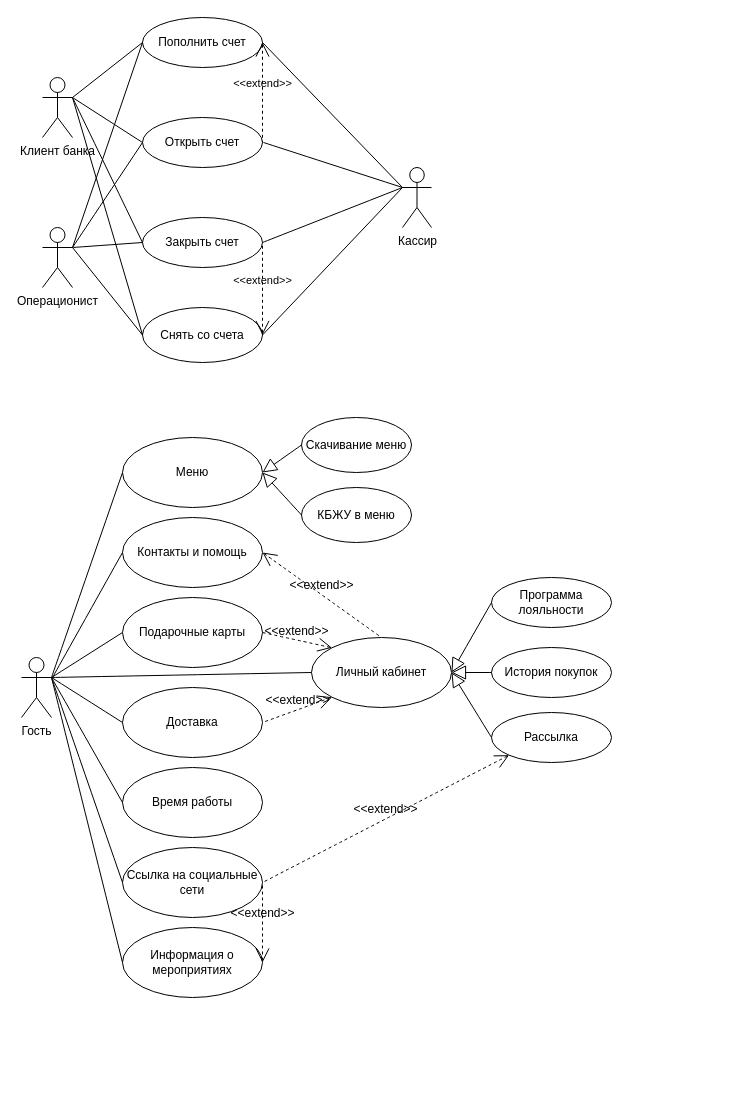
Before: Диаграмма без названия.drawio in danaddi/draw.io, a draw.io diagram. Source tidied: cells renumbered, new cells numbered last; positions are measured from the earlier drawing's top-left corner, leaving out a move shared by most shapes. Both pictures are drawn from the tidied source at 100%, with x=0, y=0 at pixel (21, 17).
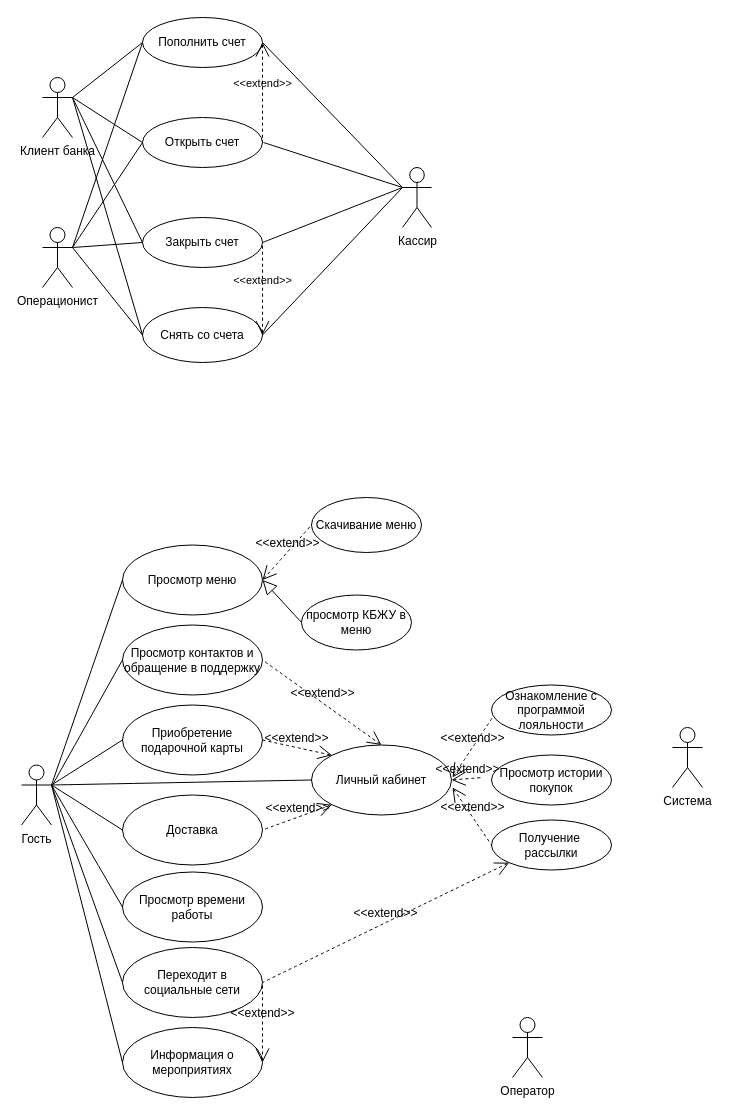
The same page after the edit.

Change to the diagram source:
```diff
@@
     <mxCell id="24" value="Гость" style="shape=umlActor;html=1;verticalLabelPosition=bottom;verticalAlign=top;align=center;" parent="1" vertex="1">
-      <mxGeometry y="640" width="30" height="60" as="geometry" />
+      <mxGeometry y="747.5" width="30" height="60" as="geometry" />
     </mxCell>
     <mxCell id="25" value="Личный кабинет" style="ellipse;whiteSpace=wrap;html=1;" parent="1" vertex="1">
-      <mxGeometry x="290" y="620" width="140" height="70" as="geometry" />
+      <mxGeometry x="290" y="727.5" width="140" height="70" as="geometry" />
     </mxCell>
@@
     <mxCell id="27" value="Доставка" style="ellipse;whiteSpace=wrap;html=1;" parent="1" vertex="1">
-      <mxGeometry x="101" y="670" width="140" height="70" as="geometry" />
+      <mxGeometry x="101" y="777.5" width="140" height="70" as="geometry" />
     </mxCell>
@@
-    <mxCell id="29" value="Программа лояльности" style="ellipse;whiteSpace=wrap;html=1;" parent="1" vertex="1">
-      <mxGeometry x="470" y="560" width="120" height="50" as="geometry" />
+    <mxCell id="29" value="Ознакомление с программой лояльности" style="ellipse;whiteSpace=wrap;html=1;" parent="1" vertex="1">
+      <mxGeometry x="470" y="667.5" width="120" height="50" as="geometry" />
     </mxCell>
-    <mxCell id="30" style="edgeStyle=none;html=1;endArrow=block;endFill=0;endSize=12;verticalAlign=bottom;rounded=0;fontSize=12;curved=1;exitX=0;exitY=0.5;exitDx=0;exitDy=0;entryX=1;entryY=0.5;entryDx=0;entryDy=0;" parent="1" edge="1" source="29" target="25">
-      <mxGeometry relative="1" as="geometry" />
-    </mxCell>
-    <mxCell id="31" value="История покупок" style="ellipse;whiteSpace=wrap;html=1;" parent="1" vertex="1">
-      <mxGeometry x="470" y="630" width="120" height="50" as="geometry" />
+    <mxCell id="31" value="Просмотр истории покупок" style="ellipse;whiteSpace=wrap;html=1;" parent="1" vertex="1">
+      <mxGeometry x="470" y="737.5" width="120" height="50" as="geometry" />
     </mxCell>
-    <mxCell id="32" style="edgeStyle=none;html=1;endArrow=block;endFill=0;endSize=12;verticalAlign=bottom;rounded=0;fontSize=12;curved=1;exitX=0;exitY=0.5;exitDx=0;exitDy=0;entryX=1;entryY=0.5;entryDx=0;entryDy=0;" parent="1" edge="1" source="31" target="25">
-      <mxGeometry relative="1" as="geometry" />
-    </mxCell>
-    <mxCell id="33" value="Рассылка" style="ellipse;whiteSpace=wrap;html=1;" parent="1" vertex="1">
-      <mxGeometry x="470" y="695" width="120" height="50" as="geometry" />
+    <mxCell id="33" value="Получение&amp;nbsp;&lt;div&gt;рассылки&lt;/div&gt;" style="ellipse;whiteSpace=wrap;html=1;" parent="1" vertex="1">
+      <mxGeometry x="470" y="802.5" width="120" height="50" as="geometry" />
     </mxCell>
-    <mxCell id="34" style="edgeStyle=none;html=1;endArrow=block;endFill=0;endSize=12;verticalAlign=bottom;rounded=0;fontSize=12;curved=1;exitX=0;exitY=0.5;exitDx=0;exitDy=0;entryX=1;entryY=0.5;entryDx=0;entryDy=0;" parent="1" edge="1" source="33" target="25">
-      <mxGeometry relative="1" as="geometry" />
-    </mxCell>
-    <mxCell id="35" value="Подарочные карты" style="ellipse;whiteSpace=wrap;html=1;" parent="1" vertex="1">
-      <mxGeometry x="101" y="580" width="140" height="70" as="geometry" />
+    <mxCell id="35" value="Приобретение подарочной карты" style="ellipse;whiteSpace=wrap;html=1;" parent="1" vertex="1">
+      <mxGeometry x="101" y="687.5" width="140" height="70" as="geometry" />
     </mxCell>
@@
-    <mxCell id="38" value="Меню" style="ellipse;whiteSpace=wrap;html=1;" parent="1" vertex="1">
-      <mxGeometry x="101" y="420" width="140" height="70" as="geometry" />
+    <mxCell id="38" value="Просмотр меню" style="ellipse;whiteSpace=wrap;html=1;" parent="1" vertex="1">
+      <mxGeometry x="101" y="527.5" width="140" height="70" as="geometry" />
     </mxCell>
@@
-    <mxCell id="42" style="edgeStyle=none;html=1;endArrow=block;endFill=0;endSize=12;verticalAlign=bottom;rounded=0;fontSize=12;curved=1;entryX=1;entryY=0.5;entryDx=0;entryDy=0;exitX=0;exitY=0.5;exitDx=0;exitDy=0;" parent="1" edge="1" source="43" target="38">
-      <mxGeometry relative="1" as="geometry" />
-    </mxCell>
     <mxCell id="43" value="Скачивание меню" style="ellipse;whiteSpace=wrap;html=1;" parent="1" vertex="1">
-      <mxGeometry x="280" y="400" width="110" height="55" as="geometry" />
+      <mxGeometry x="290" y="480" width="110" height="55" as="geometry" />
     </mxCell>
-    <mxCell id="44" value="КБЖУ в меню" style="ellipse;whiteSpace=wrap;html=1;" parent="1" vertex="1">
-      <mxGeometry x="280" y="470" width="110" height="55" as="geometry" />
+    <mxCell id="44" value="просмотр КБЖУ в меню" style="ellipse;whiteSpace=wrap;html=1;" parent="1" vertex="1">
+      <mxGeometry x="280" y="577.5" width="110" height="55" as="geometry" />
     </mxCell>
-    <mxCell id="45" value="Контакты и помощь" style="ellipse;whiteSpace=wrap;html=1;" parent="1" vertex="1">
-      <mxGeometry x="101" y="500" width="140" height="70" as="geometry" />
+    <mxCell id="45" value="Просмотр контактов и обращение в поддержку" style="ellipse;whiteSpace=wrap;html=1;" parent="1" vertex="1">
+      <mxGeometry x="101" y="607.5" width="140" height="70" as="geometry" />
     </mxCell>
     <mxCell id="46" style="edgeStyle=none;html=1;endArrow=none;verticalAlign=bottom;rounded=0;fontSize=12;startSize=8;endSize=8;curved=1;entryX=0;entryY=0.5;entryDx=0;entryDy=0;" parent="1" edge="1" target="45">
       <mxGeometry relative="1" as="geometry">
-        <mxPoint x="31" y="660" as="sourcePoint" />
+        <mxPoint x="31" y="767.5" as="sourcePoint" />
       </mxGeometry>
     </mxCell>
-    <mxCell id="47" value="&amp;lt;&amp;lt;extend&amp;gt;&amp;gt;" style="edgeStyle=none;html=1;startArrow=open;endArrow=none;startSize=12;verticalAlign=bottom;dashed=1;labelBackgroundColor=none;rounded=0;fontSize=12;curved=1;entryX=0.5;entryY=0;entryDx=0;entryDy=0;exitX=1;exitY=0.5;exitDx=0;exitDy=0;" parent="1" edge="1" source="45" target="25">
+    <mxCell id="47" value="&amp;lt;&amp;lt;extend&amp;gt;&amp;gt;" style="edgeStyle=none;html=1;startArrow=open;endArrow=none;startSize=12;verticalAlign=bottom;dashed=1;labelBackgroundColor=none;rounded=0;fontSize=12;curved=1;entryX=1;entryY=0.5;entryDx=0;entryDy=0;exitX=0.5;exitY=0;exitDx=0;exitDy=0;" parent="1" edge="1" source="25" target="45">
       <mxGeometry relative="1" as="geometry" />
     </mxCell>
-    <mxCell id="48" value="Время работы" style="ellipse;whiteSpace=wrap;html=1;" parent="1" vertex="1">
-      <mxGeometry x="101" y="750" width="140" height="70" as="geometry" />
+    <mxCell id="48" value="Просмотр времени работы" style="ellipse;whiteSpace=wrap;html=1;" parent="1" vertex="1">
+      <mxGeometry x="101" y="854.5" width="140" height="70" as="geometry" />
     </mxCell>
@@
-    <mxCell id="50" value="Ссылка на социальные сети" style="ellipse;whiteSpace=wrap;html=1;" parent="1" vertex="1">
-      <mxGeometry x="101" y="830" width="140" height="70" as="geometry" />
+    <mxCell id="50" value="Переходит в социальные сети" style="ellipse;whiteSpace=wrap;html=1;" parent="1" vertex="1">
+      <mxGeometry x="101" y="930" width="140" height="70" as="geometry" />
     </mxCell>
     <mxCell id="51" value="Информация о мероприятиях" style="ellipse;whiteSpace=wrap;html=1;" parent="1" vertex="1">
-      <mxGeometry x="101" y="910" width="140" height="70" as="geometry" />
+      <mxGeometry x="101" y="1010" width="140" height="70" as="geometry" />
     </mxCell>
@@
+    <mxCell id="56" value="&amp;lt;&amp;lt;extend&amp;gt;&amp;gt;" style="edgeStyle=none;html=1;startArrow=open;endArrow=none;startSize=12;verticalAlign=bottom;dashed=1;labelBackgroundColor=none;rounded=0;fontSize=12;curved=1;entryX=0;entryY=0.5;entryDx=0;entryDy=0;exitX=1;exitY=0.5;exitDx=0;exitDy=0;" parent="1" edge="1" source="38" target="43">
+      <mxGeometry relative="1" as="geometry" />
+    </mxCell>
+    <mxCell id="57" value="&amp;lt;&amp;lt;extend&amp;gt;&amp;gt;" style="edgeStyle=none;html=1;startArrow=open;endArrow=none;startSize=12;verticalAlign=bottom;dashed=1;labelBackgroundColor=none;rounded=0;fontSize=12;curved=1;entryX=0.008;entryY=0.65;entryDx=0;entryDy=0;entryPerimeter=0;" parent="1" edge="1" target="29">
+      <mxGeometry relative="1" as="geometry">
+        <mxPoint x="431" y="760" as="sourcePoint" />
+      </mxGeometry>
+    </mxCell>
+    <mxCell id="58" value="&amp;lt;&amp;lt;extend&amp;gt;&amp;gt;" style="edgeStyle=none;html=1;startArrow=open;endArrow=none;startSize=12;verticalAlign=bottom;dashed=1;labelBackgroundColor=none;rounded=0;fontSize=12;curved=1;exitX=1;exitY=0.5;exitDx=0;exitDy=0;" parent="1" edge="1" source="25">
+      <mxGeometry relative="1" as="geometry">
+        <mxPoint x="461" y="760" as="targetPoint" />
+      </mxGeometry>
+    </mxCell>
+    <mxCell id="59" value="&amp;lt;&amp;lt;extend&amp;gt;&amp;gt;" style="edgeStyle=none;html=1;startArrow=open;endArrow=none;startSize=12;verticalAlign=bottom;dashed=1;labelBackgroundColor=none;rounded=0;fontSize=12;curved=1;entryX=0;entryY=0.5;entryDx=0;entryDy=0;" parent="1" edge="1" target="33">
+      <mxGeometry relative="1" as="geometry">
+        <mxPoint x="431" y="770" as="sourcePoint" />
+      </mxGeometry>
+    </mxCell>
+    <mxCell id="60" value="Система" style="shape=umlActor;html=1;verticalLabelPosition=bottom;verticalAlign=top;align=center;" parent="1" vertex="1">
+      <mxGeometry x="651" y="710" width="30" height="60" as="geometry" />
+    </mxCell>
+    <mxCell id="61" value="Оператор" style="shape=umlActor;html=1;verticalLabelPosition=bottom;verticalAlign=top;align=center;" parent="1" vertex="1">
+      <mxGeometry x="491" y="1000" width="30" height="60" as="geometry" />
+    </mxCell>
```
